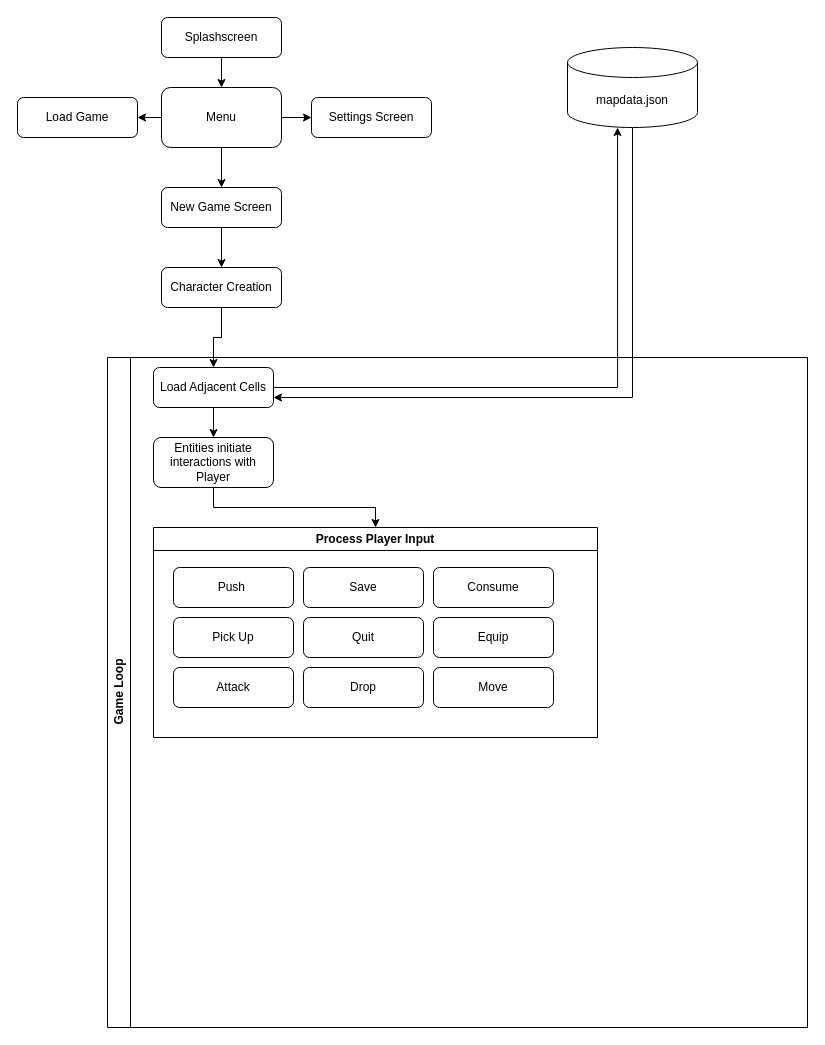
Earlier version of the draw.io diagram Untitled Diagram.drawio (bbm-games/dankcrypt). Source tidied: cells renumbered, new cells numbered last; positions are measured from the earlier drawing's top-left corner, leaving out a move shared by most shapes. Both pictures are drawn from the tidied source at 100%, with x=0, y=0 at pixel (17, 17).
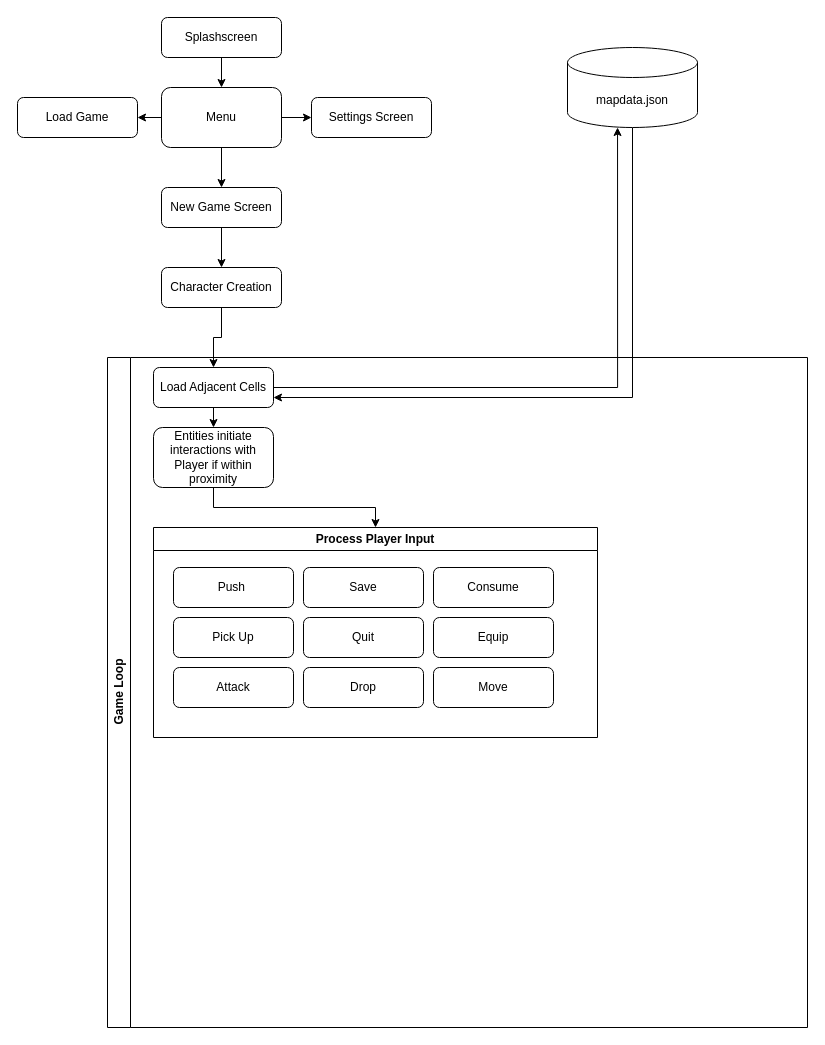
The same diagram, later.

Unchanged cells that the change refers to:
```xml
<mxCell id="14" value="Game Loop" style="swimlane;horizontal=0;whiteSpace=wrap;html=1;startSize=23;" parent="1" vertex="1">
  <mxGeometry x="90" y="340" width="700" height="670" as="geometry" />
</mxCell>
```

Change to the diagram source:
```diff
@@
-    <mxCell id="18" value="Entities initiate interactions with Player" style="rounded=1;whiteSpace=wrap;html=1;fontSize=12;glass=0;strokeWidth=1;shadow=0;" parent="14" vertex="1">
-      <mxGeometry x="46" y="80" width="120" height="50" as="geometry" />
+    <mxCell id="18" value="Entities initiate interactions with Player if within proximity" style="rounded=1;whiteSpace=wrap;html=1;fontSize=12;glass=0;strokeWidth=1;shadow=0;" parent="14" vertex="1">
+      <mxGeometry x="46" y="70" width="120" height="60" as="geometry" />
     </mxCell>
```
